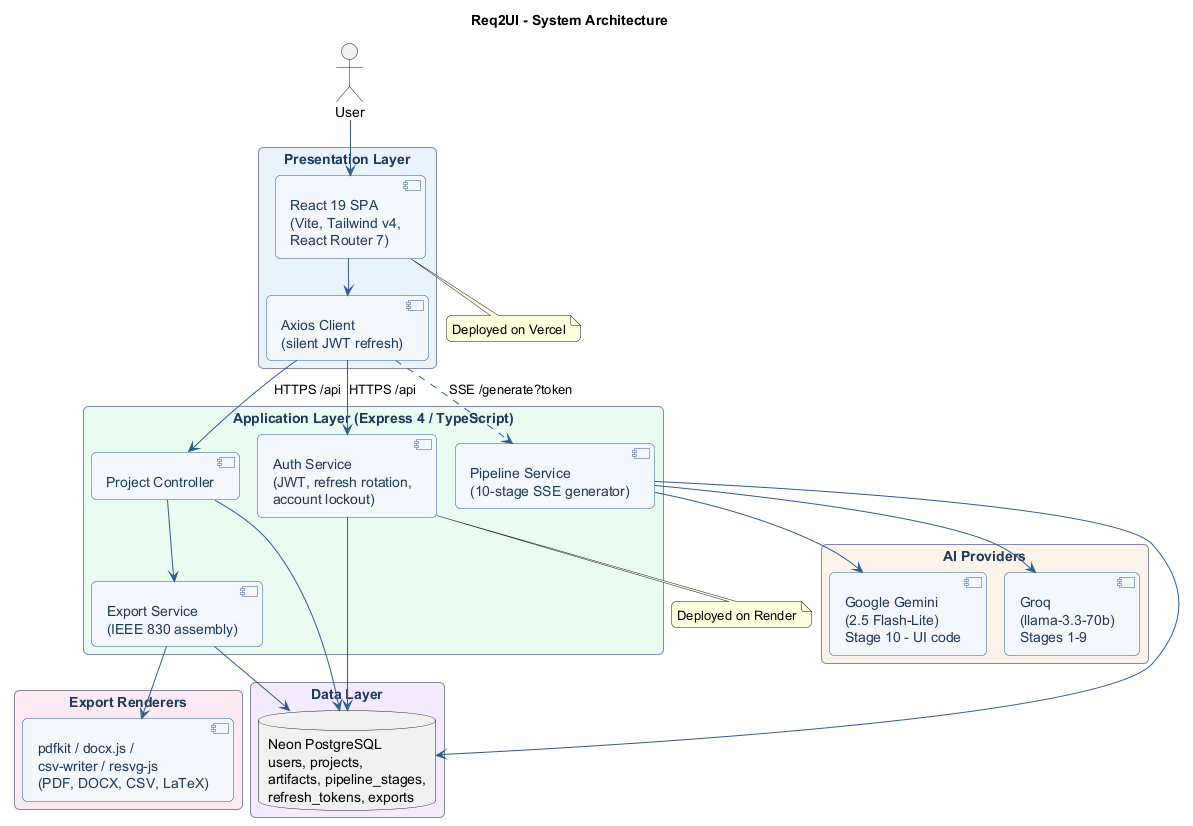
This is thesis/figures/architecture.png from malaktolba/REQ2UI, a PlantUML export, as it was before one commit.
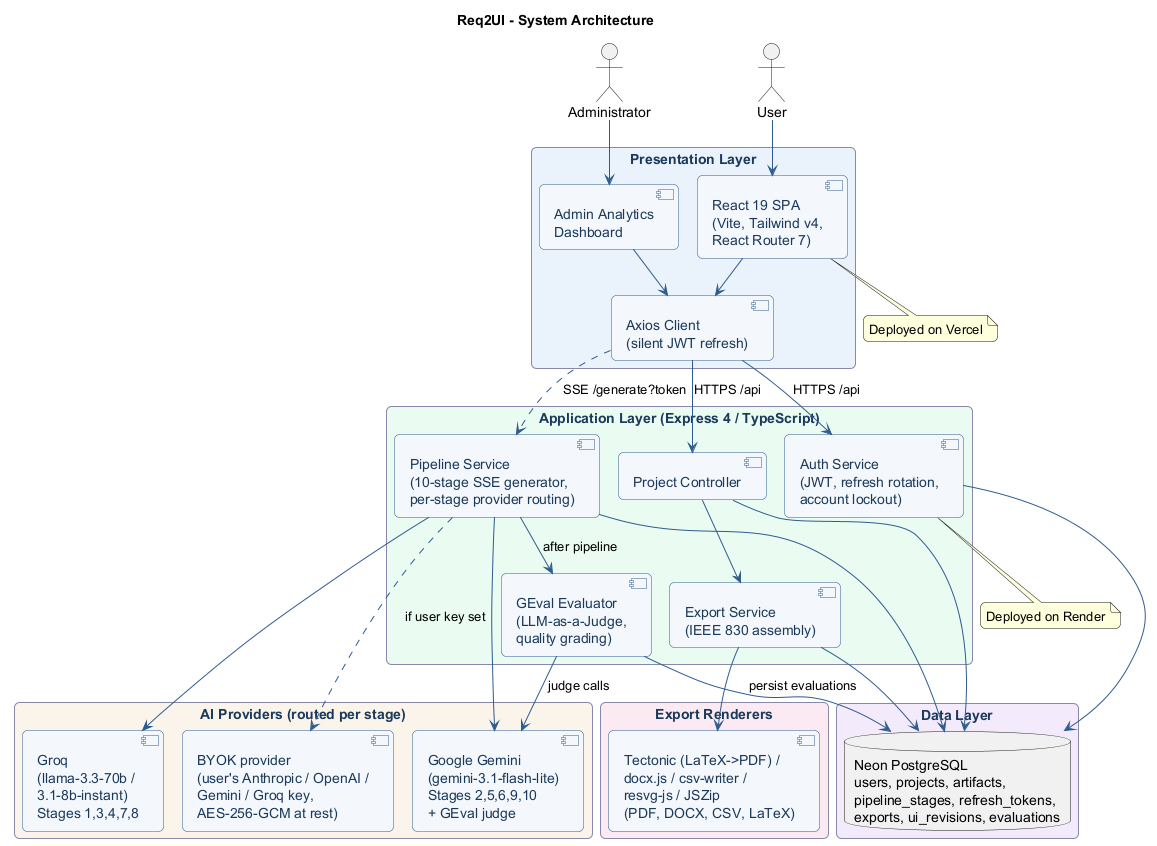
After the change.

What changed in the source:
```diff
@@ -1,4 +1,5 @@
 @startuml architecture
+skinparamlocked maxmessagesize 200
 !pragma layout smetana
 skinparam backgroundColor White
 skinparam defaultFontName Helvetica
@@ -18,33 +19,39 @@
 title Req2UI - System Architecture
 
 actor "User" as user
+actor "Administrator" as admin
 
 rectangle "Presentation Layer" #EAF2FB {
   component "React 19 SPA\n(Vite, Tailwind v4,\nReact Router 7)" as spa
+  component "Admin Analytics\nDashboard" as adminui
   component "Axios Client\n(silent JWT refresh)" as axios
 }
 
 rectangle "Application Layer (Express 4 / TypeScript)" #EAFBF1 {
   component "Auth Service\n(JWT, refresh rotation,\naccount lockout)" as auth
   component "Project Controller" as proj
-  component "Pipeline Service\n(10-stage SSE generator)" as pipe
+  component "Pipeline Service\n(10-stage SSE generator,\nper-stage provider routing)" as pipe
+  component "GEval Evaluator\n(LLM-as-a-Judge,\nquality grading)" as geval
   component "Export Service\n(IEEE 830 assembly)" as exp
 }
 
-rectangle "AI Providers" #FBF4EA {
-  component "Groq\n(llama-3.3-70b)\nStages 1-9" as groq
-  component "Google Gemini\n(2.5 Flash-Lite)\nStage 10 - UI code" as gemini
+rectangle "AI Providers (routed per stage)" #FBF4EA {
+  component "Groq\n(llama-3.3-70b /\n3.1-8b-instant)\nStages 1,3,4,7,8" as groq
+  component "Google Gemini\n(gemini-3.1-flash-lite)\nStages 2,5,6,9,10\n+ GEval judge" as gemini
+  component "BYOK provider\n(user's Anthropic / OpenAI /\nGemini / Groq key,\nAES-256-GCM at rest)" as byok
 }
 
 rectangle "Data Layer" #F3EAFB {
-  database "Neon PostgreSQL\nusers, projects,\nartifacts, pipeline_stages,\nrefresh_tokens, exports" as db
+  database "Neon PostgreSQL\nusers, projects, artifacts,\npipeline_stages, refresh_tokens,\nexports, ui_revisions, evaluations" as db
 }
 
 rectangle "Export Renderers" #FBEAF1 {
-  component "pdfkit / docx.js /\ncsv-writer / resvg-js\n(PDF, DOCX, CSV, LaTeX)" as render
+  component "Tectonic (LaTeX->PDF) /\ndocx.js / csv-writer /\nresvg-js / JSZip\n(PDF, DOCX, CSV, LaTeX)" as render
 }
 
 user --> spa
+admin --> adminui
+adminui --> axios
 spa --> axios
 axios --> auth : HTTPS /api
 axios --> proj : HTTPS /api
@@ -55,6 +62,10 @@
 pipe --> db
 pipe --> groq
 pipe --> gemini
+pipe ..> byok : if user key set
+pipe --> geval : after pipeline
+geval --> gemini : judge calls
+geval --> db : persist evaluations
 proj --> exp
 exp --> db
 exp --> render
```
